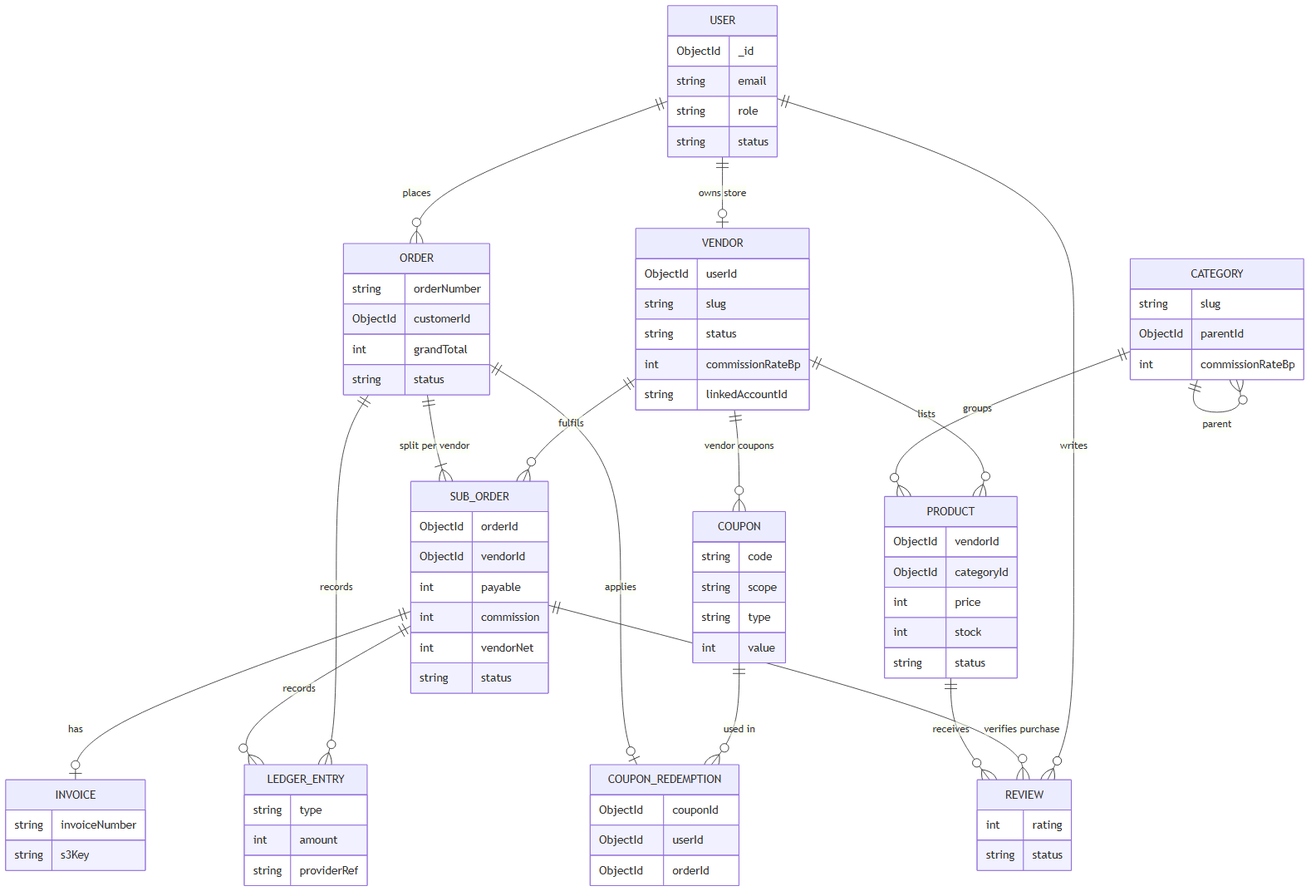
This is FS-01/docs/assets/erd.png from Adarsh619/Rout_Adarsh_Pradhan_Capstone_Projects, a Mermaid export, as it was before one commit. Its source is kept beside it as FS-01/docs/assets/erd.mmd. Its diagram source:
```mermaid
erDiagram
  USER ||--o| VENDOR : "owns store"
  USER ||--o{ ORDER : places
  USER ||--o{ REVIEW : writes
  VENDOR ||--o{ PRODUCT : lists
  VENDOR ||--o{ SUB_ORDER : fulfils
  VENDOR ||--o{ COUPON : "vendor coupons"
  CATEGORY ||--o{ PRODUCT : groups
  CATEGORY ||--o{ CATEGORY : parent
  ORDER ||--|{ SUB_ORDER : "split per vendor"
  ORDER ||--o{ LEDGER_ENTRY : records
  SUB_ORDER ||--o{ LEDGER_ENTRY : records
  SUB_ORDER ||--o| INVOICE : has
  SUB_ORDER ||--o{ REVIEW : "verifies purchase"
  PRODUCT ||--o{ REVIEW : receives
  COUPON ||--o{ COUPON_REDEMPTION : "used in"
  ORDER ||--o| COUPON_REDEMPTION : applies

  USER { ObjectId _id string email string role string status }
  VENDOR { ObjectId userId string slug string status int commissionRateBp string linkedAccountId }
  CATEGORY { string slug ObjectId parentId int commissionRateBp }
  PRODUCT { ObjectId vendorId ObjectId categoryId int price int stock string status }
  ORDER { string orderNumber ObjectId customerId int grandTotal string status }
  SUB_ORDER { ObjectId orderId ObjectId vendorId int payable int commission int vendorNet string status }
  LEDGER_ENTRY { string type int amount string providerRef }
  INVOICE { string invoiceNumber string s3Key }
  REVIEW { int rating string status }
  COUPON { string code string scope string type int value }
  COUPON_REDEMPTION { ObjectId couponId ObjectId userId ObjectId orderId }
```
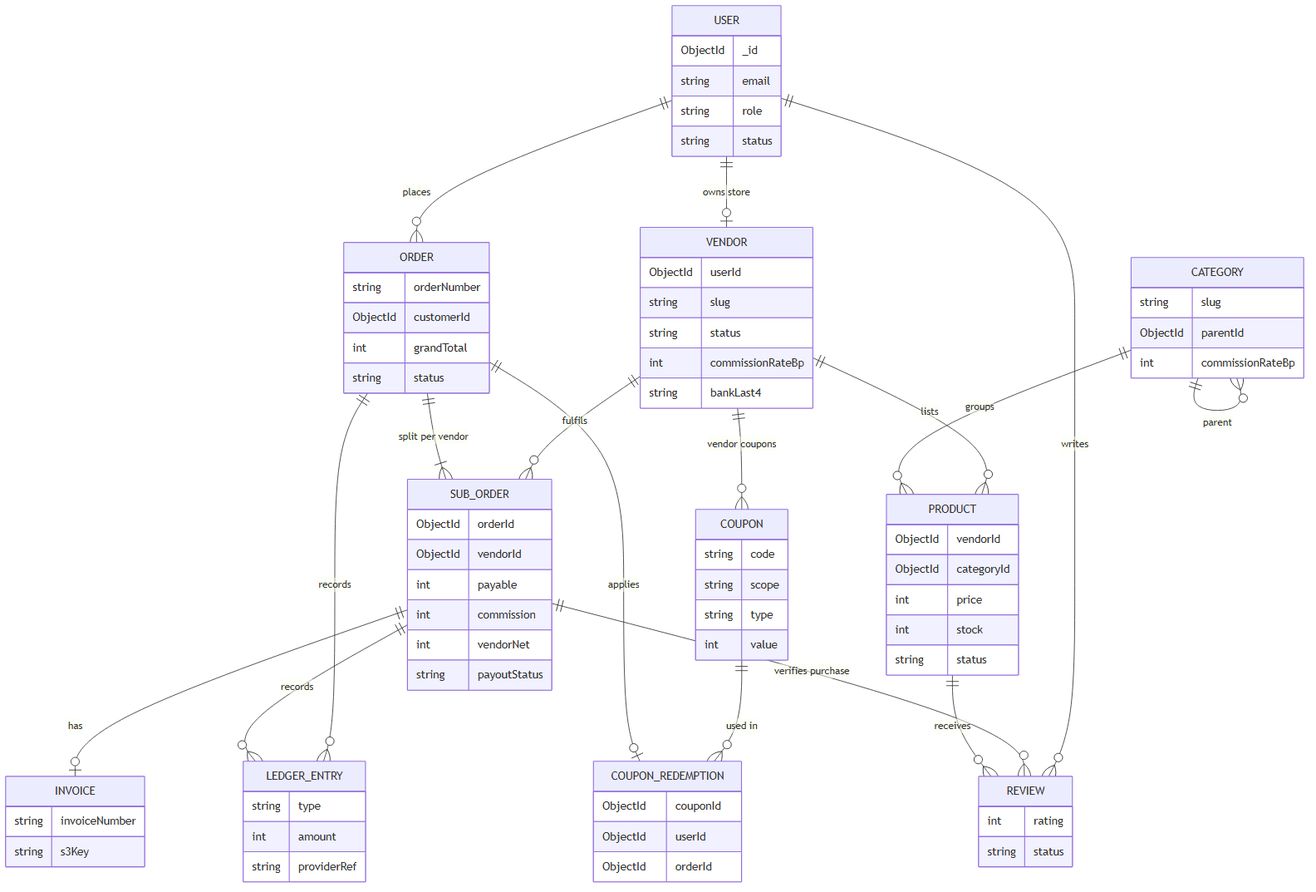
Above is the later version.

The edit, as a diff of the source:
```diff
@@ -17,11 +17,11 @@
   ORDER ||--o| COUPON_REDEMPTION : applies
 
   USER { ObjectId _id string email string role string status }
-  VENDOR { ObjectId userId string slug string status int commissionRateBp string linkedAccountId }
+  VENDOR { ObjectId userId string slug string status int commissionRateBp string bankLast4 }
   CATEGORY { string slug ObjectId parentId int commissionRateBp }
   PRODUCT { ObjectId vendorId ObjectId categoryId int price int stock string status }
   ORDER { string orderNumber ObjectId customerId int grandTotal string status }
-  SUB_ORDER { ObjectId orderId ObjectId vendorId int payable int commission int vendorNet string status }
+  SUB_ORDER { ObjectId orderId ObjectId vendorId int payable int commission int vendorNet string payoutStatus }
   LEDGER_ENTRY { string type int amount string providerRef }
   INVOICE { string invoiceNumber string s3Key }
   REVIEW { int rating string status }
```
